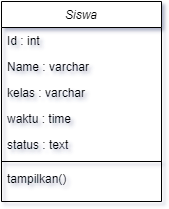
Earlier version of the draw.io export classdiagram-facepresensi.drawio.png (ditanursabila/face-presensi). Source tidied: cells renumbered, new cells last; positions are measured from the earlier drawing's top-left corner, leaving out a move shared by most shapes.
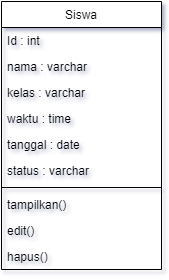
The same file after the commit.

Diff of the diagram source:
```diff
@@ -2,13 +2,13 @@
   <root>
     <mxCell id="0" />
     <mxCell id="1" parent="0" />
-    <mxCell id="2" value="Siswa" style="swimlane;fontStyle=2;align=center;verticalAlign=top;horizontal=1;startSize=26;rounded=0;shadow=0;strokeWidth=1;" parent="1" vertex="1">
-      <mxGeometry width="160" height="200" as="geometry" />
+    <mxCell id="2" value="Siswa" style="swimlane;fontStyle=0;align=center;verticalAlign=top;horizontal=1;startSize=26;rounded=0;shadow=0;strokeWidth=1;" parent="1" vertex="1">
+      <mxGeometry width="160" height="268" as="geometry" />
     </mxCell>
     <mxCell id="3" value="Id : int " style="text;align=left;verticalAlign=top;spacingLeft=4;spacingRight=4;overflow=hidden;" parent="2" vertex="1">
       <mxGeometry y="26" width="160" height="26" as="geometry" />
     </mxCell>
-    <mxCell id="4" value="Name : varchar" style="text;align=left;verticalAlign=top;spacingLeft=4;spacingRight=4;overflow=hidden;rounded=0;shadow=0;html=0;" parent="2" vertex="1">
+    <mxCell id="4" value="nama : varchar" style="text;align=left;verticalAlign=top;spacingLeft=4;spacingRight=4;overflow=hidden;rounded=0;shadow=0;html=0;" parent="2" vertex="1">
       <mxGeometry y="52" width="160" height="26" as="geometry" />
     </mxCell>
     <mxCell id="5" value="kelas : varchar" style="text;align=left;verticalAlign=top;spacingLeft=4;spacingRight=4;overflow=hidden;rounded=0;shadow=0;html=0;" parent="2" vertex="1">
@@ -17,14 +17,23 @@
     <mxCell id="6" value="waktu : time" style="text;align=left;verticalAlign=top;spacingLeft=4;spacingRight=4;overflow=hidden;rounded=0;shadow=0;html=0;" parent="2" vertex="1">
       <mxGeometry y="104" width="160" height="26" as="geometry" />
     </mxCell>
+    <mxCell id="10" value="tanggal : date" style="text;align=left;verticalAlign=top;spacingLeft=4;spacingRight=4;overflow=hidden;rounded=0;shadow=0;html=0;" parent="2" vertex="1">
+      <mxGeometry y="130" width="160" height="26" as="geometry" />
+    </mxCell>
-    <mxCell id="7" value="status : text" style="text;align=left;verticalAlign=top;spacingLeft=4;spacingRight=4;overflow=hidden;rounded=0;shadow=0;html=0;" parent="2" vertex="1">
-      <mxGeometry y="130" width="160" height="26" as="geometry" />
+    <mxCell id="7" value="status : varchar" style="text;align=left;verticalAlign=top;spacingLeft=4;spacingRight=4;overflow=hidden;rounded=0;shadow=0;html=0;" parent="2" vertex="1">
+      <mxGeometry y="156" width="160" height="26" as="geometry" />
     </mxCell>
     <mxCell id="8" style="line;html=1;strokeWidth=1;align=left;verticalAlign=middle;spacingTop=-1;spacingLeft=3;spacingRight=3;labelPosition=right;" parent="2" vertex="1">
-      <mxGeometry y="156" width="160" height="8" as="geometry" />
+      <mxGeometry y="182" width="160" height="8" as="geometry" />
     </mxCell>
-    <mxCell id="9" value="tampilkan()" style="text;align=left;verticalAlign=top;spacingLeft=4;spacingRight=4;overflow=hidden;" parent="2" vertex="1">
-      <mxGeometry y="164" width="160" height="26" as="geometry" />
+    <mxCell id="9" value="tampilkan()&#10;" style="text;align=left;verticalAlign=top;spacingLeft=4;spacingRight=4;overflow=hidden;" parent="2" vertex="1">
+      <mxGeometry y="190" width="160" height="26" as="geometry" />
     </mxCell>
+    <mxCell id="11" value="edit()&#10;" style="text;align=left;verticalAlign=top;spacingLeft=4;spacingRight=4;overflow=hidden;" parent="2" vertex="1">
+      <mxGeometry y="216" width="160" height="26" as="geometry" />
+    </mxCell>
+    <mxCell id="12" value="hapus()&#10;" style="text;align=left;verticalAlign=top;spacingLeft=4;spacingRight=4;overflow=hidden;" parent="2" vertex="1">
+      <mxGeometry y="242" width="160" height="26" as="geometry" />
+    </mxCell>
   </root>
 </mxGraphModel>
```
